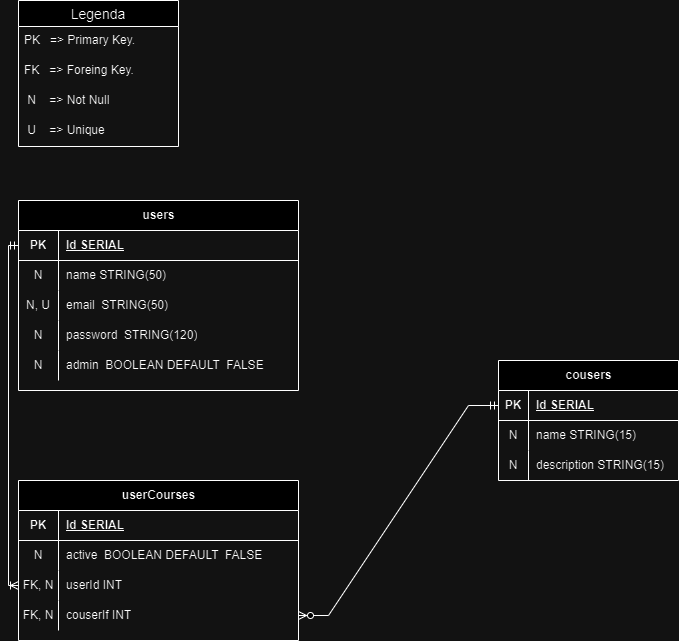
This is sql/Diagram.png from AllandoAlmeida/API-MinimumViableProduct, a draw.io export, as it was before one commit. Source tidied: cells renumbered, new cells last; positions are measured from the earlier drawing's top-left corner, leaving out a move shared by most shapes. The source it was exported from:
```xml
<mxGraphModel>
  <root>
    <mxCell id="0" />
    <mxCell id="1" parent="0" />
    <mxCell id="2" value="users" style="shape=table;startSize=30;rowLines=0;fontStyle=1;align=center;html=1;" parent="1" vertex="1">
      <mxGeometry y="200" width="280" height="190" as="geometry" />
    </mxCell>
    <mxCell id="3" style="shape=tableRow;horizontal=0;startSize=0;swimlaneHead=0;swimlaneBody=0;fillColor=none;points=[[0,0.5],[1,0.5]];portConstraint=eastwest;top=0;left=0;right=0;bottom=1;" parent="2" vertex="1">
      <mxGeometry y="30" width="280" height="30" as="geometry" />
    </mxCell>
    <mxCell id="4" value="PK" style="shape=partialRectangle;fillColor=none;top=0;left=0;bottom=0;right=0;fontStyle=1;overflow=hidden;whiteSpace=wrap;html=1;" parent="3" vertex="1">
      <mxGeometry width="40" height="30" as="geometry" />
    </mxCell>
    <mxCell id="5" value="Id SERIAL" style="shape=partialRectangle;fillColor=none;top=0;left=0;bottom=0;right=0;align=left;spacingLeft=6;fontStyle=5;overflow=hidden;whiteSpace=wrap;html=1;" parent="3" vertex="1">
      <mxGeometry x="40" width="240" height="30" as="geometry" />
    </mxCell>
    <mxCell id="6" style="shape=tableRow;horizontal=0;startSize=0;swimlaneHead=0;swimlaneBody=0;fillColor=none;top=0;left=0;right=0;bottom=0;" parent="2" vertex="1">
      <mxGeometry y="60" width="280" height="30" as="geometry" />
    </mxCell>
    <mxCell id="7" value="N" style="shape=partialRectangle;fillColor=none;top=0;left=0;bottom=0;right=0;overflow=hidden;whiteSpace=wrap;html=1;" parent="6" vertex="1">
      <mxGeometry width="40" height="30" as="geometry" />
    </mxCell>
    <mxCell id="8" value="name STRING(50)" style="shape=partialRectangle;fillColor=none;top=0;left=0;bottom=0;right=0;align=left;spacingLeft=6;overflow=hidden;whiteSpace=wrap;html=1;" parent="6" vertex="1">
      <mxGeometry x="40" width="240" height="30" as="geometry" />
    </mxCell>
    <mxCell id="9" style="shape=tableRow;horizontal=0;startSize=0;swimlaneHead=0;swimlaneBody=0;fillColor=none;top=0;left=0;right=0;bottom=0;" parent="2" vertex="1">
      <mxGeometry y="90" width="280" height="30" as="geometry" />
    </mxCell>
    <mxCell id="10" value="N, U" style="shape=partialRectangle;fillColor=none;top=0;left=0;bottom=0;right=0;overflow=hidden;whiteSpace=wrap;html=1;" parent="9" vertex="1">
      <mxGeometry width="40" height="30" as="geometry" />
    </mxCell>
    <mxCell id="11" value="email&amp;nbsp; STRING(50)" style="shape=partialRectangle;fillColor=none;top=0;left=0;bottom=0;right=0;align=left;spacingLeft=6;overflow=hidden;whiteSpace=wrap;html=1;" parent="9" vertex="1">
      <mxGeometry x="40" width="240" height="30" as="geometry" />
    </mxCell>
    <mxCell id="12" style="shape=tableRow;horizontal=0;startSize=0;swimlaneHead=0;swimlaneBody=0;fillColor=none;top=0;left=0;right=0;bottom=0;" parent="2" vertex="1">
      <mxGeometry y="120" width="280" height="30" as="geometry" />
    </mxCell>
    <mxCell id="13" value="N" style="shape=partialRectangle;fillColor=none;top=0;left=0;bottom=0;right=0;overflow=hidden;whiteSpace=wrap;html=1;" parent="12" vertex="1">
      <mxGeometry width="40" height="30" as="geometry" />
    </mxCell>
    <mxCell id="14" value="password&amp;nbsp; STRING(120)" style="shape=partialRectangle;fillColor=none;top=0;left=0;bottom=0;right=0;align=left;spacingLeft=6;overflow=hidden;whiteSpace=wrap;html=1;" parent="12" vertex="1">
      <mxGeometry x="40" width="240" height="30" as="geometry" />
    </mxCell>
    <mxCell id="15" style="shape=tableRow;horizontal=0;startSize=0;swimlaneHead=0;swimlaneBody=0;fillColor=none;top=0;left=0;right=0;bottom=0;" parent="2" vertex="1">
      <mxGeometry y="150" width="280" height="30" as="geometry" />
    </mxCell>
    <mxCell id="16" value="N" style="shape=partialRectangle;fillColor=none;top=0;left=0;bottom=0;right=0;overflow=hidden;whiteSpace=wrap;html=1;" parent="15" vertex="1">
      <mxGeometry width="40" height="30" as="geometry" />
    </mxCell>
    <mxCell id="17" value="admin&amp;nbsp; BOOLEAN DEFAULT&amp;nbsp; FALSE" style="shape=partialRectangle;fillColor=none;top=0;left=0;bottom=0;right=0;align=left;spacingLeft=6;overflow=hidden;whiteSpace=wrap;html=1;" parent="15" vertex="1">
      <mxGeometry x="40" width="240" height="30" as="geometry" />
    </mxCell>
    <mxCell id="18" value="cousers" style="shape=table;startSize=30;rowLines=0;fontStyle=1;align=center;html=1;" parent="1" vertex="1">
      <mxGeometry x="480" y="360" width="180" height="120" as="geometry" />
    </mxCell>
    <mxCell id="19" style="shape=tableRow;horizontal=0;startSize=0;swimlaneHead=0;swimlaneBody=0;fillColor=none;points=[[0,0.5],[1,0.5]];portConstraint=eastwest;top=0;left=0;right=0;bottom=1;" parent="18" vertex="1">
      <mxGeometry y="30" width="180" height="30" as="geometry" />
    </mxCell>
    <mxCell id="20" value="PK" style="shape=partialRectangle;fillColor=none;top=0;left=0;bottom=0;right=0;fontStyle=1;overflow=hidden;whiteSpace=wrap;html=1;" parent="19" vertex="1">
      <mxGeometry width="30" height="30" as="geometry" />
    </mxCell>
    <mxCell id="21" value="Id SERIAL" style="shape=partialRectangle;fillColor=none;top=0;left=0;bottom=0;right=0;align=left;spacingLeft=6;fontStyle=5;overflow=hidden;whiteSpace=wrap;html=1;" parent="19" vertex="1">
      <mxGeometry x="30" width="150" height="30" as="geometry" />
    </mxCell>
    <mxCell id="22" style="shape=tableRow;horizontal=0;startSize=0;swimlaneHead=0;swimlaneBody=0;fillColor=none;top=0;left=0;right=0;bottom=0;" parent="18" vertex="1">
      <mxGeometry y="60" width="180" height="30" as="geometry" />
    </mxCell>
    <mxCell id="23" value="N" style="shape=partialRectangle;fillColor=none;top=0;left=0;bottom=0;right=0;overflow=hidden;whiteSpace=wrap;html=1;" parent="22" vertex="1">
      <mxGeometry width="30" height="30" as="geometry" />
    </mxCell>
    <mxCell id="24" value="name STRING(15)" style="shape=partialRectangle;fillColor=none;top=0;left=0;bottom=0;right=0;align=left;spacingLeft=6;overflow=hidden;whiteSpace=wrap;html=1;" parent="22" vertex="1">
      <mxGeometry x="30" width="150" height="30" as="geometry" />
    </mxCell>
    <mxCell id="25" style="shape=tableRow;horizontal=0;startSize=0;swimlaneHead=0;swimlaneBody=0;fillColor=none;top=0;left=0;right=0;bottom=0;" parent="18" vertex="1">
      <mxGeometry y="90" width="180" height="30" as="geometry" />
    </mxCell>
    <mxCell id="26" value="N" style="shape=partialRectangle;fillColor=none;top=0;left=0;bottom=0;right=0;overflow=hidden;whiteSpace=wrap;html=1;" parent="25" vertex="1">
      <mxGeometry width="30" height="30" as="geometry" />
    </mxCell>
    <mxCell id="27" value="description STRING(15)" style="shape=partialRectangle;fillColor=none;top=0;left=0;bottom=0;right=0;align=left;spacingLeft=6;overflow=hidden;whiteSpace=wrap;html=1;" parent="25" vertex="1">
      <mxGeometry x="30" width="150" height="30" as="geometry" />
    </mxCell>
    <mxCell id="28" value="userCourses" style="shape=table;startSize=30;rowLines=0;fontStyle=1;align=center;html=1;" parent="1" vertex="1">
      <mxGeometry y="480" width="280" height="160" as="geometry" />
    </mxCell>
    <mxCell id="29" style="shape=tableRow;horizontal=0;startSize=0;swimlaneHead=0;swimlaneBody=0;fillColor=none;top=0;left=0;right=0;bottom=1;" parent="28" vertex="1">
      <mxGeometry y="30" width="280" height="30" as="geometry" />
    </mxCell>
    <mxCell id="30" value="PK" style="shape=partialRectangle;fillColor=none;top=0;left=0;bottom=0;right=0;fontStyle=1;overflow=hidden;whiteSpace=wrap;html=1;" parent="29" vertex="1">
      <mxGeometry width="40" height="30" as="geometry" />
    </mxCell>
    <mxCell id="31" value="Id SERIAL" style="shape=partialRectangle;fillColor=none;top=0;left=0;bottom=0;right=0;align=left;spacingLeft=6;fontStyle=5;overflow=hidden;whiteSpace=wrap;html=1;" parent="29" vertex="1">
      <mxGeometry x="40" width="240" height="30" as="geometry" />
    </mxCell>
    <mxCell id="32" style="shape=tableRow;horizontal=0;startSize=0;swimlaneHead=0;swimlaneBody=0;fillColor=none;top=0;left=0;right=0;bottom=0;" parent="28" vertex="1">
      <mxGeometry y="60" width="280" height="30" as="geometry" />
    </mxCell>
    <mxCell id="33" value="N" style="shape=partialRectangle;fillColor=none;top=0;left=0;bottom=0;right=0;overflow=hidden;whiteSpace=wrap;html=1;" parent="32" vertex="1">
      <mxGeometry width="40" height="30" as="geometry" />
    </mxCell>
    <mxCell id="34" value="active&amp;nbsp; BOOLEAN DEFAULT&amp;nbsp; FALSE" style="shape=partialRectangle;fillColor=none;top=0;left=0;bottom=0;right=0;align=left;spacingLeft=6;overflow=hidden;whiteSpace=wrap;html=1;" parent="32" vertex="1">
      <mxGeometry x="40" width="240" height="30" as="geometry" />
    </mxCell>
    <mxCell id="35" style="shape=tableRow;horizontal=0;startSize=0;swimlaneHead=0;swimlaneBody=0;fillColor=none;points=[[0,0.5],[1,0.5]];portConstraint=eastwest;top=0;left=0;right=0;bottom=0;" parent="28" vertex="1">
      <mxGeometry y="90" width="280" height="30" as="geometry" />
    </mxCell>
    <mxCell id="36" value="FK, N" style="shape=partialRectangle;fillColor=none;top=0;left=0;bottom=0;right=0;overflow=hidden;whiteSpace=wrap;html=1;" parent="35" vertex="1">
      <mxGeometry width="40" height="30" as="geometry" />
    </mxCell>
    <mxCell id="37" value="userId INT" style="shape=partialRectangle;fillColor=none;top=0;left=0;bottom=0;right=0;align=left;spacingLeft=6;overflow=hidden;whiteSpace=wrap;html=1;" parent="35" vertex="1">
      <mxGeometry x="40" width="240" height="30" as="geometry" />
    </mxCell>
    <mxCell id="38" style="shape=tableRow;horizontal=0;startSize=0;swimlaneHead=0;swimlaneBody=0;fillColor=none;points=[[0,0.5],[1,0.5]];portConstraint=eastwest;top=0;left=0;right=0;bottom=0;" parent="28" vertex="1">
      <mxGeometry y="120" width="280" height="30" as="geometry" />
    </mxCell>
    <mxCell id="39" value="FK, N" style="shape=partialRectangle;fillColor=none;top=0;left=0;bottom=0;right=0;overflow=hidden;whiteSpace=wrap;html=1;" parent="38" vertex="1">
      <mxGeometry width="40" height="30" as="geometry" />
    </mxCell>
    <mxCell id="40" value="couserIf INT" style="shape=partialRectangle;fillColor=none;top=0;left=0;bottom=0;right=0;align=left;spacingLeft=6;overflow=hidden;whiteSpace=wrap;html=1;" parent="38" vertex="1">
      <mxGeometry x="40" width="240" height="30" as="geometry" />
    </mxCell>
    <mxCell id="41" style="fontSize=12;html=1;endArrow=ERoneToMany;startArrow=ERmandOne;rounded=0;entryX=0;entryY=0.5;entryDx=0;entryDy=0;elbow=vertical;edgeStyle=orthogonalEdgeStyle;" parent="1" edge="1" source="3" target="35">
      <mxGeometry relative="1" as="geometry" />
    </mxCell>
    <mxCell id="42" style="edgeStyle=entityRelationEdgeStyle;fontSize=12;html=1;endArrow=ERzeroToMany;startArrow=ERmandOne;rounded=0;entryX=1;entryY=0.5;entryDx=0;entryDy=0;" parent="1" edge="1" source="19" target="38">
      <mxGeometry relative="1" as="geometry" />
    </mxCell>
    <mxCell id="43" value="Legenda" style="swimlane;fontStyle=0;horizontal=1;startSize=26;align=center;fontSize=14;" parent="1" vertex="1">
      <mxGeometry width="160" height="146" as="geometry" />
    </mxCell>
    <mxCell id="44" value="PK&amp;nbsp; &amp;nbsp;=&amp;gt; Primary Key." style="text;strokeColor=none;fillColor=none;spacingLeft=4;spacingRight=4;overflow=hidden;fontSize=12;whiteSpace=wrap;html=1;" parent="43" vertex="1">
      <mxGeometry y="26" width="160" height="30" as="geometry" />
    </mxCell>
    <mxCell id="45" value="FK&amp;nbsp; &amp;nbsp;=&amp;gt; Foreing Key." style="text;strokeColor=none;fillColor=none;spacingLeft=4;spacingRight=4;overflow=hidden;fontSize=12;whiteSpace=wrap;html=1;" parent="43" vertex="1">
      <mxGeometry y="56" width="160" height="30" as="geometry" />
    </mxCell>
    <mxCell id="46" value="&amp;nbsp;N&amp;nbsp; &amp;nbsp; =&amp;gt; Not Null" style="text;strokeColor=none;fillColor=none;spacingLeft=4;spacingRight=4;overflow=hidden;fontSize=12;whiteSpace=wrap;html=1;" parent="43" vertex="1">
      <mxGeometry y="86" width="160" height="30" as="geometry" />
    </mxCell>
    <mxCell id="47" value="&amp;nbsp;U&amp;nbsp; &amp;nbsp; =&amp;gt; Unique" style="text;strokeColor=none;fillColor=none;spacingLeft=4;spacingRight=4;overflow=hidden;fontSize=12;whiteSpace=wrap;html=1;" parent="43" vertex="1">
      <mxGeometry y="116" width="160" height="30" as="geometry" />
    </mxCell>
  </root>
</mxGraphModel>
```
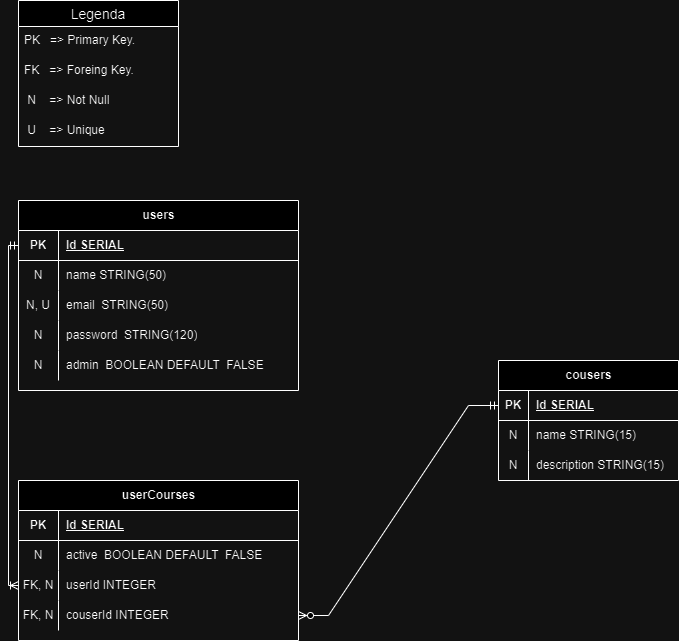
The same diagram one commit later.

The edit, as a diff of the source:
```diff
@@ -107,7 +107,7 @@
     <mxCell id="36" value="FK, N" style="shape=partialRectangle;fillColor=none;top=0;left=0;bottom=0;right=0;overflow=hidden;whiteSpace=wrap;html=1;" parent="35" vertex="1">
       <mxGeometry width="40" height="30" as="geometry" />
     </mxCell>
-    <mxCell id="37" value="userId INT" style="shape=partialRectangle;fillColor=none;top=0;left=0;bottom=0;right=0;align=left;spacingLeft=6;overflow=hidden;whiteSpace=wrap;html=1;" parent="35" vertex="1">
+    <mxCell id="37" value="userId INTEGER" style="shape=partialRectangle;fillColor=none;top=0;left=0;bottom=0;right=0;align=left;spacingLeft=6;overflow=hidden;whiteSpace=wrap;html=1;" parent="35" vertex="1">
       <mxGeometry x="40" width="240" height="30" as="geometry" />
     </mxCell>
     <mxCell id="38" style="shape=tableRow;horizontal=0;startSize=0;swimlaneHead=0;swimlaneBody=0;fillColor=none;points=[[0,0.5],[1,0.5]];portConstraint=eastwest;top=0;left=0;right=0;bottom=0;" parent="28" vertex="1">
@@ -116,7 +116,7 @@
     <mxCell id="39" value="FK, N" style="shape=partialRectangle;fillColor=none;top=0;left=0;bottom=0;right=0;overflow=hidden;whiteSpace=wrap;html=1;" parent="38" vertex="1">
       <mxGeometry width="40" height="30" as="geometry" />
     </mxCell>
-    <mxCell id="40" value="couserIf INT" style="shape=partialRectangle;fillColor=none;top=0;left=0;bottom=0;right=0;align=left;spacingLeft=6;overflow=hidden;whiteSpace=wrap;html=1;" parent="38" vertex="1">
+    <mxCell id="40" value="couserId INTEGER" style="shape=partialRectangle;fillColor=none;top=0;left=0;bottom=0;right=0;align=left;spacingLeft=6;overflow=hidden;whiteSpace=wrap;html=1;" parent="38" vertex="1">
       <mxGeometry x="40" width="240" height="30" as="geometry" />
     </mxCell>
     <mxCell id="41" style="fontSize=12;html=1;endArrow=ERoneToMany;startArrow=ERmandOne;rounded=0;entryX=0;entryY=0.5;entryDx=0;entryDy=0;elbow=vertical;edgeStyle=orthogonalEdgeStyle;" parent="1" edge="1" source="3" target="35">
```
